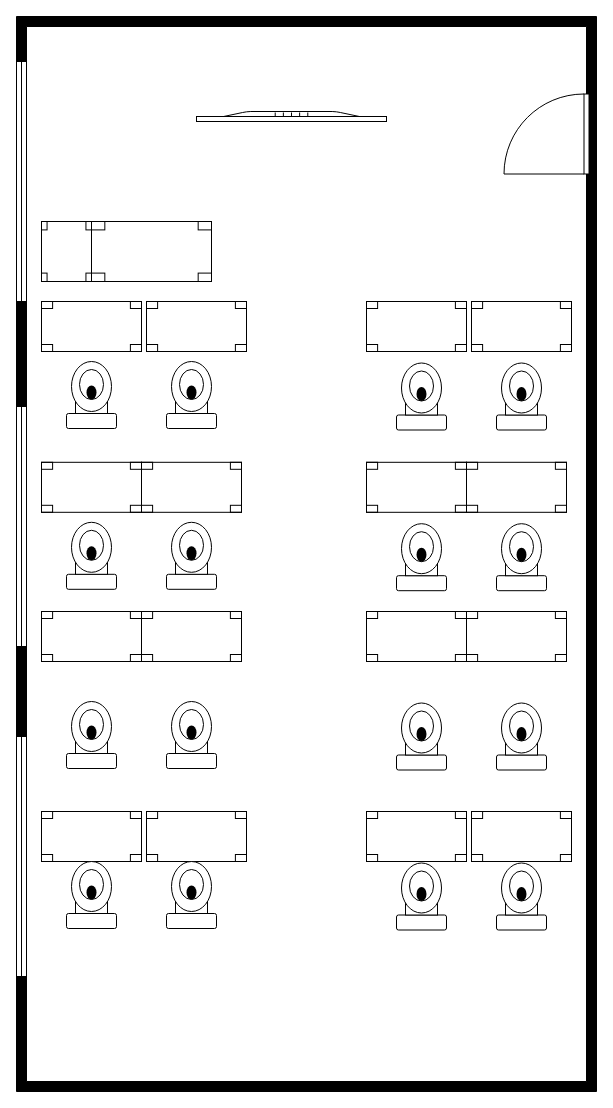
Above: dia.drawio in wrexik/skola (draw.io), before the change. Source tidied: cells renumbered, new cells numbered last; positions are measured from the earlier drawing's top-left corner, leaving out a move shared by most shapes. Both pictures are drawn from the tidied source at 100%, with x=0, y=0 at pixel (-232, 91).
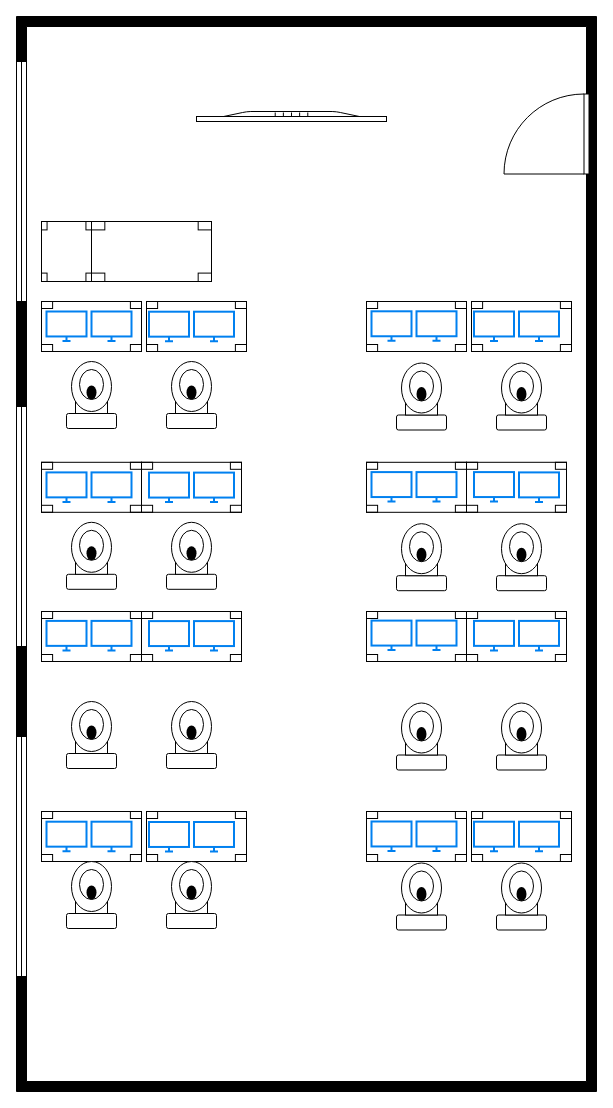
The same page after the edit.

What changed in the source:
```diff
@@
+    <mxCell id="42" style="html=1;verticalLabelPosition=bottom;align=center;labelBackgroundColor=#ffffff;verticalAlign=top;strokeWidth=2;strokeColor=#0080F0;shadow=0;dashed=0;shape=mxgraph.ios7.icons.monitor;rotation=0;" parent="1" vertex="1">
+      <mxGeometry x="278" y="220" width="40" height="29.5" as="geometry" />
+    </mxCell>
+    <mxCell id="43" style="html=1;verticalLabelPosition=bottom;align=center;labelBackgroundColor=#ffffff;verticalAlign=top;strokeWidth=2;strokeColor=#0080F0;shadow=0;dashed=0;shape=mxgraph.ios7.icons.monitor;rotation=0;" parent="1" vertex="1">
+      <mxGeometry x="323" y="220" width="40" height="29.5" as="geometry" />
+    </mxCell>
+    <mxCell id="44" style="html=1;verticalLabelPosition=bottom;align=center;labelBackgroundColor=#ffffff;verticalAlign=top;strokeWidth=2;strokeColor=#0080F0;shadow=0;dashed=0;shape=mxgraph.ios7.icons.monitor;rotation=0;" parent="1" vertex="1">
+      <mxGeometry x="380.5" y="220.2" width="40" height="29.5" as="geometry" />
+    </mxCell>
+    <mxCell id="45" style="html=1;verticalLabelPosition=bottom;align=center;labelBackgroundColor=#ffffff;verticalAlign=top;strokeWidth=2;strokeColor=#0080F0;shadow=0;dashed=0;shape=mxgraph.ios7.icons.monitor;rotation=0;" parent="1" vertex="1">
+      <mxGeometry x="425.5" y="220.2" width="40" height="29.5" as="geometry" />
+    </mxCell>
+    <mxCell id="46" style="html=1;verticalLabelPosition=bottom;align=center;labelBackgroundColor=#ffffff;verticalAlign=top;strokeWidth=2;strokeColor=#0080F0;shadow=0;dashed=0;shape=mxgraph.ios7.icons.monitor;rotation=0;" parent="1" vertex="1">
+      <mxGeometry x="278" y="380.9" width="40" height="29.5" as="geometry" />
+    </mxCell>
+    <mxCell id="47" style="html=1;verticalLabelPosition=bottom;align=center;labelBackgroundColor=#ffffff;verticalAlign=top;strokeWidth=2;strokeColor=#0080F0;shadow=0;dashed=0;shape=mxgraph.ios7.icons.monitor;rotation=0;" parent="1" vertex="1">
+      <mxGeometry x="323" y="380.9" width="40" height="29.5" as="geometry" />
+    </mxCell>
+    <mxCell id="48" style="html=1;verticalLabelPosition=bottom;align=center;labelBackgroundColor=#ffffff;verticalAlign=top;strokeWidth=2;strokeColor=#0080F0;shadow=0;dashed=0;shape=mxgraph.ios7.icons.monitor;rotation=0;" parent="1" vertex="1">
+      <mxGeometry x="380.5" y="381.1" width="40" height="29.5" as="geometry" />
+    </mxCell>
+    <mxCell id="49" style="html=1;verticalLabelPosition=bottom;align=center;labelBackgroundColor=#ffffff;verticalAlign=top;strokeWidth=2;strokeColor=#0080F0;shadow=0;dashed=0;shape=mxgraph.ios7.icons.monitor;rotation=0;" parent="1" vertex="1">
+      <mxGeometry x="425.5" y="381.1" width="40" height="29.5" as="geometry" />
+    </mxCell>
+    <mxCell id="50" style="html=1;verticalLabelPosition=bottom;align=center;labelBackgroundColor=#ffffff;verticalAlign=top;strokeWidth=2;strokeColor=#0080F0;shadow=0;dashed=0;shape=mxgraph.ios7.icons.monitor;rotation=0;" parent="1" vertex="1">
+      <mxGeometry x="278" y="529.4" width="40" height="29.5" as="geometry" />
+    </mxCell>
+    <mxCell id="51" style="html=1;verticalLabelPosition=bottom;align=center;labelBackgroundColor=#ffffff;verticalAlign=top;strokeWidth=2;strokeColor=#0080F0;shadow=0;dashed=0;shape=mxgraph.ios7.icons.monitor;rotation=0;" parent="1" vertex="1">
+      <mxGeometry x="323" y="529.4" width="40" height="29.5" as="geometry" />
+    </mxCell>
+    <mxCell id="52" style="html=1;verticalLabelPosition=bottom;align=center;labelBackgroundColor=#ffffff;verticalAlign=top;strokeWidth=2;strokeColor=#0080F0;shadow=0;dashed=0;shape=mxgraph.ios7.icons.monitor;rotation=0;" parent="1" vertex="1">
+      <mxGeometry x="380.5" y="529.6" width="40" height="29.5" as="geometry" />
+    </mxCell>
+    <mxCell id="53" style="html=1;verticalLabelPosition=bottom;align=center;labelBackgroundColor=#ffffff;verticalAlign=top;strokeWidth=2;strokeColor=#0080F0;shadow=0;dashed=0;shape=mxgraph.ios7.icons.monitor;rotation=0;" parent="1" vertex="1">
+      <mxGeometry x="425.5" y="529.6" width="40" height="29.5" as="geometry" />
+    </mxCell>
+    <mxCell id="54" style="html=1;verticalLabelPosition=bottom;align=center;labelBackgroundColor=#ffffff;verticalAlign=top;strokeWidth=2;strokeColor=#0080F0;shadow=0;dashed=0;shape=mxgraph.ios7.icons.monitor;rotation=0;" parent="1" vertex="1">
+      <mxGeometry x="278" y="730.2" width="40" height="29.5" as="geometry" />
+    </mxCell>
+    <mxCell id="55" style="html=1;verticalLabelPosition=bottom;align=center;labelBackgroundColor=#ffffff;verticalAlign=top;strokeWidth=2;strokeColor=#0080F0;shadow=0;dashed=0;shape=mxgraph.ios7.icons.monitor;rotation=0;" parent="1" vertex="1">
+      <mxGeometry x="323" y="730.2" width="40" height="29.5" as="geometry" />
+    </mxCell>
+    <mxCell id="56" style="html=1;verticalLabelPosition=bottom;align=center;labelBackgroundColor=#ffffff;verticalAlign=top;strokeWidth=2;strokeColor=#0080F0;shadow=0;dashed=0;shape=mxgraph.ios7.icons.monitor;rotation=0;" parent="1" vertex="1">
+      <mxGeometry x="380.5" y="730.5" width="40" height="29.5" as="geometry" />
+    </mxCell>
+    <mxCell id="57" style="html=1;verticalLabelPosition=bottom;align=center;labelBackgroundColor=#ffffff;verticalAlign=top;strokeWidth=2;strokeColor=#0080F0;shadow=0;dashed=0;shape=mxgraph.ios7.icons.monitor;rotation=0;" parent="1" vertex="1">
+      <mxGeometry x="425.5" y="730.5" width="40" height="29.5" as="geometry" />
+    </mxCell>
+    <mxCell id="58" style="html=1;verticalLabelPosition=bottom;align=center;labelBackgroundColor=#ffffff;verticalAlign=top;strokeWidth=2;strokeColor=#0080F0;shadow=0;dashed=0;shape=mxgraph.ios7.icons.monitor;rotation=0;" parent="1" vertex="1">
+      <mxGeometry x="603" y="219.8" width="40" height="29.5" as="geometry" />
+    </mxCell>
+    <mxCell id="59" style="html=1;verticalLabelPosition=bottom;align=center;labelBackgroundColor=#ffffff;verticalAlign=top;strokeWidth=2;strokeColor=#0080F0;shadow=0;dashed=0;shape=mxgraph.ios7.icons.monitor;rotation=0;" parent="1" vertex="1">
+      <mxGeometry x="648" y="219.8" width="40" height="29.5" as="geometry" />
+    </mxCell>
+    <mxCell id="60" style="html=1;verticalLabelPosition=bottom;align=center;labelBackgroundColor=#ffffff;verticalAlign=top;strokeWidth=2;strokeColor=#0080F0;shadow=0;dashed=0;shape=mxgraph.ios7.icons.monitor;rotation=0;" parent="1" vertex="1">
+      <mxGeometry x="705.5" y="220" width="40" height="29.5" as="geometry" />
+    </mxCell>
+    <mxCell id="61" style="html=1;verticalLabelPosition=bottom;align=center;labelBackgroundColor=#ffffff;verticalAlign=top;strokeWidth=2;strokeColor=#0080F0;shadow=0;dashed=0;shape=mxgraph.ios7.icons.monitor;rotation=0;" parent="1" vertex="1">
+      <mxGeometry x="750.5" y="220" width="40" height="29.5" as="geometry" />
+    </mxCell>
+    <mxCell id="62" style="html=1;verticalLabelPosition=bottom;align=center;labelBackgroundColor=#ffffff;verticalAlign=top;strokeWidth=2;strokeColor=#0080F0;shadow=0;dashed=0;shape=mxgraph.ios7.icons.monitor;rotation=0;" parent="1" vertex="1">
+      <mxGeometry x="603" y="380.6" width="40" height="29.5" as="geometry" />
+    </mxCell>
+    <mxCell id="63" style="html=1;verticalLabelPosition=bottom;align=center;labelBackgroundColor=#ffffff;verticalAlign=top;strokeWidth=2;strokeColor=#0080F0;shadow=0;dashed=0;shape=mxgraph.ios7.icons.monitor;rotation=0;" parent="1" vertex="1">
+      <mxGeometry x="648" y="380.6" width="40" height="29.5" as="geometry" />
+    </mxCell>
+    <mxCell id="64" style="html=1;verticalLabelPosition=bottom;align=center;labelBackgroundColor=#ffffff;verticalAlign=top;strokeWidth=2;strokeColor=#0080F0;shadow=0;dashed=0;shape=mxgraph.ios7.icons.monitor;rotation=0;" parent="1" vertex="1">
+      <mxGeometry x="750.5" y="380.9" width="40" height="29.5" as="geometry" />
+    </mxCell>
+    <mxCell id="65" style="html=1;verticalLabelPosition=bottom;align=center;labelBackgroundColor=#ffffff;verticalAlign=top;strokeWidth=2;strokeColor=#0080F0;shadow=0;dashed=0;shape=mxgraph.ios7.icons.monitor;rotation=0;" parent="1" vertex="1">
+      <mxGeometry x="603" y="529.1" width="40" height="29.5" as="geometry" />
+    </mxCell>
+    <mxCell id="66" style="html=1;verticalLabelPosition=bottom;align=center;labelBackgroundColor=#ffffff;verticalAlign=top;strokeWidth=2;strokeColor=#0080F0;shadow=0;dashed=0;shape=mxgraph.ios7.icons.monitor;rotation=0;" parent="1" vertex="1">
+      <mxGeometry x="648" y="529.1" width="40" height="29.5" as="geometry" />
+    </mxCell>
+    <mxCell id="67" style="html=1;verticalLabelPosition=bottom;align=center;labelBackgroundColor=#ffffff;verticalAlign=top;strokeWidth=2;strokeColor=#0080F0;shadow=0;dashed=0;shape=mxgraph.ios7.icons.monitor;rotation=0;" parent="1" vertex="1">
+      <mxGeometry x="705.5" y="529.4" width="40" height="29.5" as="geometry" />
+    </mxCell>
+    <mxCell id="68" style="html=1;verticalLabelPosition=bottom;align=center;labelBackgroundColor=#ffffff;verticalAlign=top;strokeWidth=2;strokeColor=#0080F0;shadow=0;dashed=0;shape=mxgraph.ios7.icons.monitor;rotation=0;" parent="1" vertex="1">
+      <mxGeometry x="750.5" y="529.4" width="40" height="29.5" as="geometry" />
+    </mxCell>
+    <mxCell id="69" style="html=1;verticalLabelPosition=bottom;align=center;labelBackgroundColor=#ffffff;verticalAlign=top;strokeWidth=2;strokeColor=#0080F0;shadow=0;dashed=0;shape=mxgraph.ios7.icons.monitor;rotation=0;" parent="1" vertex="1">
+      <mxGeometry x="603" y="730" width="40" height="29.5" as="geometry" />
+    </mxCell>
+    <mxCell id="70" style="html=1;verticalLabelPosition=bottom;align=center;labelBackgroundColor=#ffffff;verticalAlign=top;strokeWidth=2;strokeColor=#0080F0;shadow=0;dashed=0;shape=mxgraph.ios7.icons.monitor;rotation=0;" parent="1" vertex="1">
+      <mxGeometry x="648" y="730" width="40" height="29.5" as="geometry" />
+    </mxCell>
+    <mxCell id="71" style="html=1;verticalLabelPosition=bottom;align=center;labelBackgroundColor=#ffffff;verticalAlign=top;strokeWidth=2;strokeColor=#0080F0;shadow=0;dashed=0;shape=mxgraph.ios7.icons.monitor;rotation=0;" parent="1" vertex="1">
+      <mxGeometry x="705.5" y="730.2" width="40" height="29.5" as="geometry" />
+    </mxCell>
+    <mxCell id="72" style="html=1;verticalLabelPosition=bottom;align=center;labelBackgroundColor=#ffffff;verticalAlign=top;strokeWidth=2;strokeColor=#0080F0;shadow=0;dashed=0;shape=mxgraph.ios7.icons.monitor;rotation=0;" parent="1" vertex="1">
+      <mxGeometry x="750.5" y="730.2" width="40" height="29.5" as="geometry" />
+    </mxCell>
+    <mxCell id="73" style="html=1;verticalLabelPosition=bottom;align=center;labelBackgroundColor=#ffffff;verticalAlign=top;strokeWidth=2;strokeColor=#0080F0;shadow=0;dashed=0;shape=mxgraph.ios7.icons.monitor;rotation=0;" parent="1" vertex="1">
+      <mxGeometry x="705.5" y="380.6" width="40" height="29.5" as="geometry" />
+    </mxCell>
```
